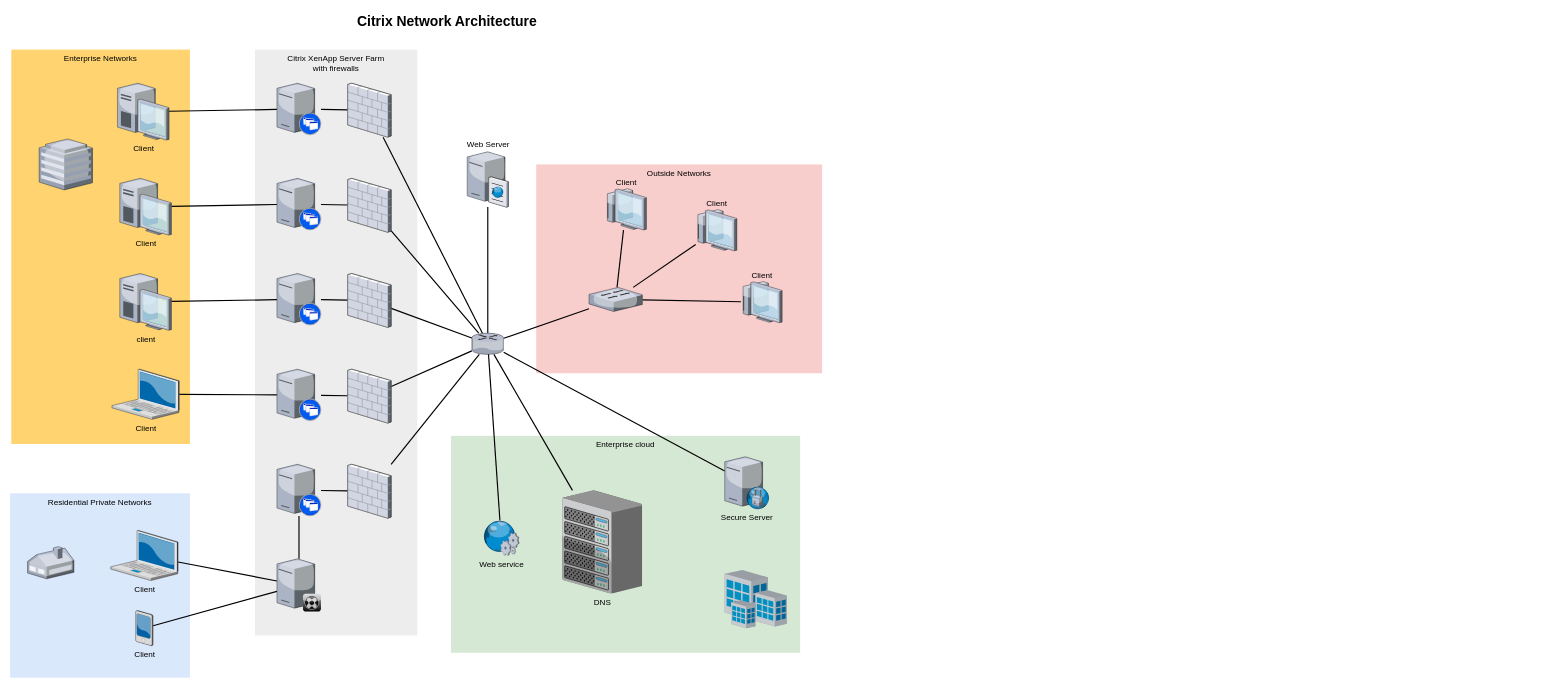
Earlier version of the draw.io diagram example_attack/Untitled Diagram.drawio (malware-d/template). Source tidied: cells renumbered, new cells numbered last; positions are measured from the earlier drawing's top-left corner, leaving out a move shared by most shapes. Both pictures are drawn from the tidied source at 58%, with x=0, y=0 at pixel (10, 10).
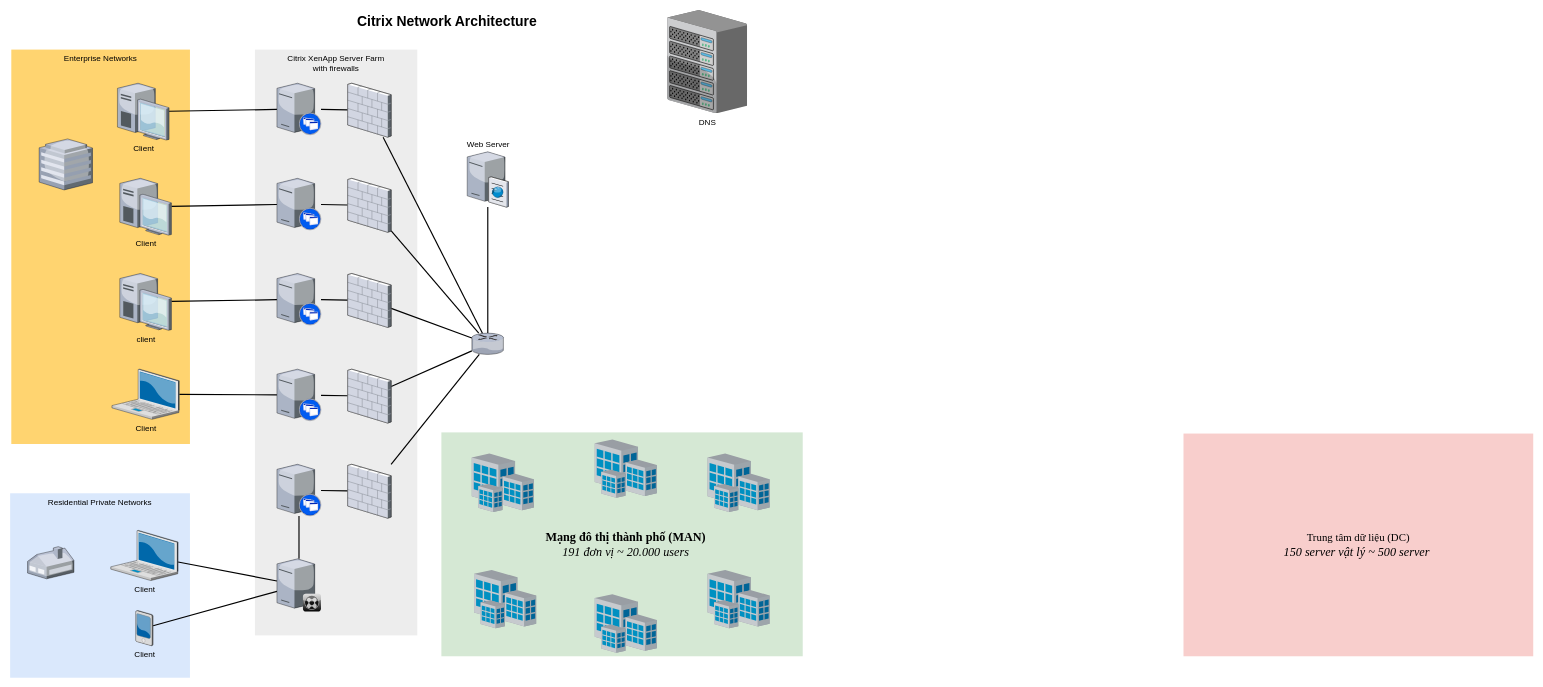
The same page after the edit.

Unchanged cells that the change refers to:
```xml
<mxCell id="33" style="verticalLabelPosition=bottom;html=1;verticalAlign=top;strokeColor=none;shape=mxgraph.citrix.router;fillColor=#66B2FF;gradientColor=#0066CC;fontSize=14;" parent="1" vertex="1">
  <mxGeometry x="796" y="557" width="55" height="36.5" as="geometry" />
</mxCell>
```

Change to the diagram source:
```diff
@@
-    <mxCell id="2" value="Outside Networks" style="whiteSpace=wrap;html=1;fillColor=#f8cecc;fontSize=14;strokeColor=none;verticalAlign=top;" parent="1" vertex="1">
-      <mxGeometry x="907" y="266" width="493" height="360" as="geometry" />
+    <mxCell id="2" style="whiteSpace=wrap;html=1;fillColor=#f8cecc;fontSize=14;strokeColor=none;verticalAlign=top;" parent="1" vertex="1">
+      <mxGeometry x="2023" y="730" width="603" height="384" as="geometry" />
     </mxCell>
-    <mxCell id="3" value="Enterprise cloud" style="whiteSpace=wrap;html=1;fillColor=#d5e8d4;fontSize=14;strokeColor=none;verticalAlign=top;" parent="1" vertex="1">
-      <mxGeometry x="760" y="734" width="602" height="374" as="geometry" />
+    <mxCell id="3" style="whiteSpace=wrap;html=1;fillColor=#d5e8d4;fontSize=14;strokeColor=none;verticalAlign=top;" parent="1" vertex="1">
+      <mxGeometry x="743.5" y="728" width="623" height="386" as="geometry" />
     </mxCell>
@@
-    <mxCell id="29" style="edgeStyle=none;rounded=0;html=1;startSize=10;endSize=10;jettySize=auto;fontSize=14;endArrow=none;endFill=0;strokeWidth=2;" parent="1" edge="1" source="33" target="37">
-      <mxGeometry relative="1" as="geometry" />
-    </mxCell>
@@
-    <mxCell id="31" style="edgeStyle=none;rounded=0;html=1;startSize=10;endSize=10;jettySize=auto;fontSize=14;endArrow=none;endFill=0;strokeWidth=2;" parent="1" edge="1" source="33" target="54">
-      <mxGeometry relative="1" as="geometry" />
-    </mxCell>
-    <mxCell id="32" style="edgeStyle=none;rounded=0;html=1;startSize=10;endSize=10;jettySize=auto;fontSize=14;endArrow=none;endFill=0;strokeWidth=2;" parent="1" edge="1" source="33" target="50">
-      <mxGeometry relative="1" as="geometry" />
-    </mxCell>
@@
     <mxCell id="37" value="DNS" style="verticalLabelPosition=bottom;html=1;verticalAlign=top;strokeColor=none;shape=mxgraph.citrix.chassis;fillColor=#66B2FF;gradientColor=#0066CC;fontSize=14;" parent="1" vertex="1">
-      <mxGeometry x="952" y="828" width="137.5" height="177.5" as="geometry" />
+      <mxGeometry x="1133" width="137.5" height="177.5" as="geometry" />
     </mxCell>
@@
-    <mxCell id="50" value="Secure Server" style="verticalLabelPosition=bottom;html=1;verticalAlign=top;strokeColor=none;shape=mxgraph.citrix.proxy_server;fillColor=#66B2FF;gradientColor=#0066CC;fontSize=14;" parent="1" vertex="1">
-      <mxGeometry x="1232" y="770" width="76.5" height="90" as="geometry" />
-    </mxCell>
-    <mxCell id="51" style="edgeStyle=none;rounded=0;html=1;startSize=10;endSize=10;jettySize=auto;fontSize=14;endArrow=none;endFill=0;strokeWidth=2;" parent="1" edge="1" source="54" target="57">
-      <mxGeometry relative="1" as="geometry" />
-    </mxCell>
-    <mxCell id="52" style="edgeStyle=none;rounded=0;html=1;startSize=10;endSize=10;jettySize=auto;fontSize=14;endArrow=none;endFill=0;strokeWidth=2;" parent="1" edge="1" source="54" target="56">
-      <mxGeometry relative="1" as="geometry" />
-    </mxCell>
-    <mxCell id="53" style="edgeStyle=none;rounded=0;html=1;startSize=10;endSize=10;jettySize=auto;fontSize=14;endArrow=none;endFill=0;strokeWidth=2;" parent="1" edge="1" source="54" target="55">
-      <mxGeometry relative="1" as="geometry" />
-    </mxCell>
-    <mxCell id="54" style="verticalLabelPosition=bottom;html=1;verticalAlign=top;strokeColor=none;shape=mxgraph.citrix.switch;fillColor=#66B2FF;gradientColor=#0066CC;fontSize=14;" parent="1" vertex="1">
-      <mxGeometry x="998" y="478" width="92" height="41.5" as="geometry" />
-    </mxCell>
-    <mxCell id="55" value="Client" style="verticalLabelPosition=top;html=1;verticalAlign=bottom;strokeColor=none;shape=mxgraph.citrix.thin_client;fillColor=#66B2FF;gradientColor=#0066CC;fontSize=14;labelPosition=center;align=center;" parent="1" vertex="1">
-      <mxGeometry x="1260" y="468" width="71" height="71" as="geometry" />
-    </mxCell>
-    <mxCell id="56" value="Client" style="verticalLabelPosition=top;html=1;verticalAlign=bottom;strokeColor=none;shape=mxgraph.citrix.thin_client;fillColor=#66B2FF;gradientColor=#0066CC;fontSize=14;labelPosition=center;align=center;" parent="1" vertex="1">
-      <mxGeometry x="1182" y="344" width="71" height="71" as="geometry" />
-    </mxCell>
-    <mxCell id="57" value="Client" style="verticalLabelPosition=top;html=1;verticalAlign=bottom;strokeColor=none;shape=mxgraph.citrix.thin_client;fillColor=#66B2FF;gradientColor=#0066CC;fontSize=14;labelPosition=center;align=center;" parent="1" vertex="1">
-      <mxGeometry x="1026" y="308" width="71" height="71" as="geometry" />
-    </mxCell>
-    <mxCell id="58" style="edgeStyle=none;rounded=0;html=1;startSize=10;endSize=10;jettySize=auto;fontSize=14;endArrow=none;endFill=0;strokeWidth=2;" parent="1" edge="1" source="59" target="33">
-      <mxGeometry relative="1" as="geometry" />
-    </mxCell>
-    <mxCell id="59" value="Web service" style="verticalLabelPosition=bottom;html=1;verticalAlign=top;strokeColor=none;shape=mxgraph.citrix.web_service;fillColor=#66B2FF;gradientColor=#0066CC;fontSize=14;" parent="1" vertex="1">
-      <mxGeometry x="815" y="880" width="63" height="60" as="geometry" />
-    </mxCell>
     <mxCell id="60" style="verticalLabelPosition=bottom;html=1;verticalAlign=top;strokeColor=none;shape=mxgraph.citrix.site;fillColor=#66B2FF;gradientColor=#0066CC;fontSize=14;" parent="1" vertex="1">
-      <mxGeometry x="1232" y="965" width="107" height="101" as="geometry" />
+      <mxGeometry x="1202.5" y="965" width="107" height="101" as="geometry" />
     </mxCell>
@@
+    <mxCell id="62" value="&lt;span style=&quot;font-size: 21px;&quot; id=&quot;docs-internal-guid-a3162c0a-7fff-53ce-2dbf-dc34f5ae93af&quot;&gt;&lt;span style=&quot;font-family: &amp;quot;Times New Roman&amp;quot;, serif; background-color: transparent; font-variant-numeric: normal; font-variant-east-asian: normal; font-variant-alternates: normal; font-variant-position: normal; vertical-align: baseline; white-space-collapse: preserve;&quot;&gt;&lt;b style=&quot;&quot;&gt;&lt;font style=&quot;font-size: 21px;&quot;&gt;Mạng đô thị thành phố (MAN)&lt;/font&gt;&lt;/b&gt;&lt;/span&gt;&lt;/span&gt;&lt;div style=&quot;font-size: 21px;&quot;&gt;&lt;font style=&quot;font-size: 21px;&quot; face=&quot;Times New Roman, serif&quot;&gt;&lt;span style=&quot;white-space-collapse: preserve;&quot;&gt;&lt;i style=&quot;&quot;&gt;191 đơn vị ~ 20.000 users&lt;/i&gt;&lt;/span&gt;&lt;/font&gt;&lt;/div&gt;" style="text;strokeColor=none;fillColor=none;html=1;align=center;verticalAlign=middle;whiteSpace=wrap;rounded=0;fontSize=16;" parent="1" vertex="1">
+      <mxGeometry x="919.5" y="896" width="283" height="50" as="geometry" />
+    </mxCell>
+    <mxCell id="63" style="verticalLabelPosition=bottom;html=1;verticalAlign=top;strokeColor=none;shape=mxgraph.citrix.site;fillColor=#66B2FF;gradientColor=#0066CC;fontSize=14;" parent="1" vertex="1">
+      <mxGeometry x="1008" y="1007" width="107" height="101" as="geometry" />
+    </mxCell>
+    <mxCell id="64" style="verticalLabelPosition=bottom;html=1;verticalAlign=top;strokeColor=none;shape=mxgraph.citrix.site;fillColor=#66B2FF;gradientColor=#0066CC;fontSize=14;" parent="1" vertex="1">
+      <mxGeometry x="796" y="764.5" width="107" height="101" as="geometry" />
+    </mxCell>
+    <mxCell id="65" style="verticalLabelPosition=bottom;html=1;verticalAlign=top;strokeColor=none;shape=mxgraph.citrix.site;fillColor=#66B2FF;gradientColor=#0066CC;fontSize=14;" parent="1" vertex="1">
+      <mxGeometry x="800" y="965" width="107" height="101" as="geometry" />
+    </mxCell>
+    <mxCell id="66" style="verticalLabelPosition=bottom;html=1;verticalAlign=top;strokeColor=none;shape=mxgraph.citrix.site;fillColor=#66B2FF;gradientColor=#0066CC;fontSize=14;" parent="1" vertex="1">
+      <mxGeometry x="1202.5" y="764.5" width="107" height="101" as="geometry" />
+    </mxCell>
+    <mxCell id="67" style="verticalLabelPosition=bottom;html=1;verticalAlign=top;strokeColor=none;shape=mxgraph.citrix.site;fillColor=#66B2FF;gradientColor=#0066CC;fontSize=14;" parent="1" vertex="1">
+      <mxGeometry x="1008" y="740" width="107" height="101" as="geometry" />
+    </mxCell>
+    <mxCell id="68" value="&lt;div style=&quot;font-size: 21px;&quot;&gt;&lt;span id=&quot;docs-internal-guid-ce577cba-7fff-6681-e3cf-3ff28a774a8f&quot;&gt;&lt;span style=&quot;font-size: 14pt; font-family: &amp;quot;Times New Roman&amp;quot;, serif; background-color: transparent; font-variant-numeric: normal; font-variant-east-asian: normal; font-variant-alternates: normal; font-variant-position: normal; vertical-align: baseline; white-space-collapse: preserve;&quot;&gt;Trung tâm dữ liệu (DC)&lt;/span&gt;&lt;/span&gt;&lt;/div&gt;&lt;div style=&quot;font-size: 21px;&quot;&gt;&lt;font style=&quot;font-size: 21px;&quot; face=&quot;Times New Roman, serif&quot;&gt;&lt;span style=&quot;white-space-collapse: preserve;&quot;&gt;&lt;i style=&quot;&quot;&gt;150 server vật lý ~ 500 server &lt;/i&gt;&lt;/span&gt;&lt;/font&gt;&lt;/div&gt;" style="text;strokeColor=none;fillColor=none;html=1;align=center;verticalAlign=middle;whiteSpace=wrap;rounded=0;fontSize=16;" parent="1" vertex="1">
+      <mxGeometry x="2183" y="896" width="283" height="50" as="geometry" />
+    </mxCell>
```
